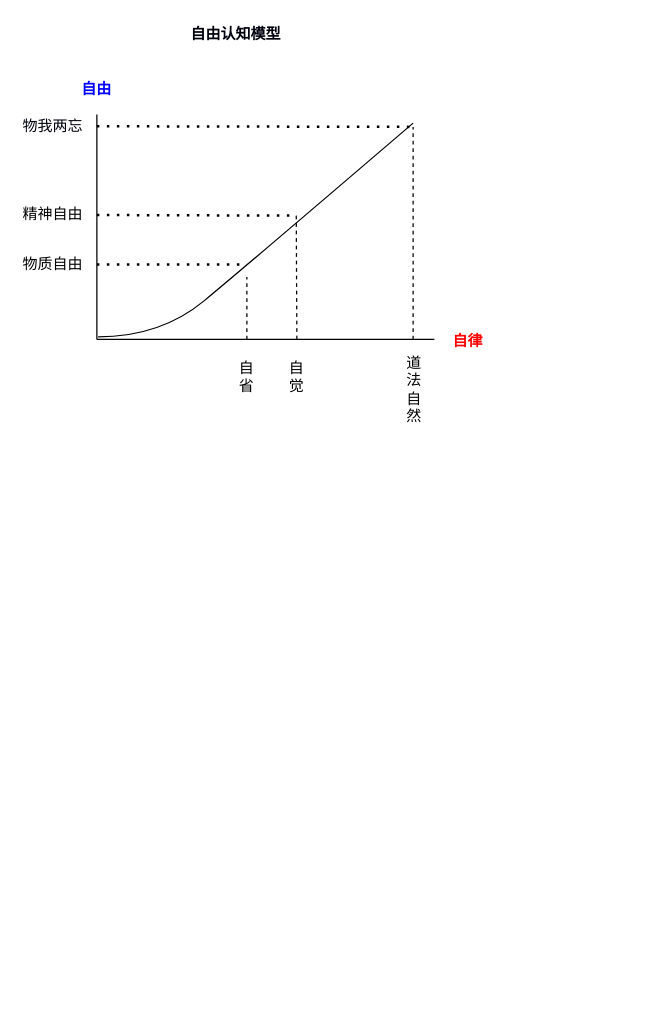
This is page "自由和自律" (8 of 8) of 模型.drawio from mashifei/uml, a draw.io file, before an edit. Source tidied: cells renumbered, new cells numbered last; positions are measured from the earlier drawing's top-left corner, leaving out a move shared by most shapes. Both pictures are drawn from the tidied source at 125%, with x=0, y=0 at pixel (21, 21).
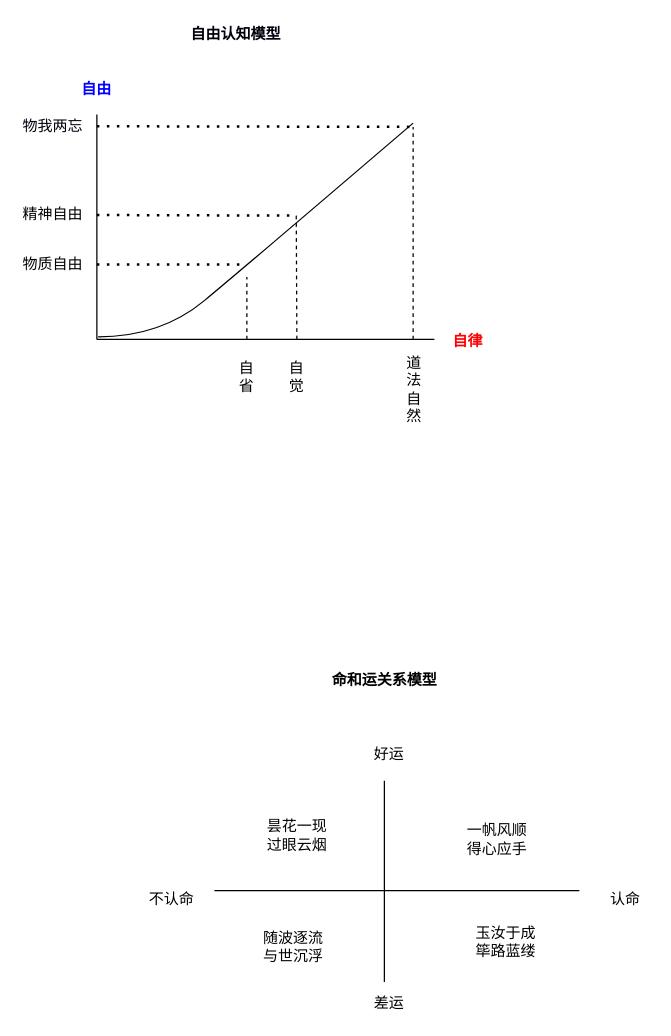
The same page after the edit.

The edit, as a diff of the source:
```diff
@@
+    <mxCell id="20" style="endArrow=none;html=1;" parent="1" edge="1">
+      <mxGeometry relative="1" as="geometry">
+        <mxPoint x="154" y="695" as="sourcePoint" />
+        <mxPoint x="446" y="695" as="targetPoint" />
+      </mxGeometry>
+    </mxCell>
+    <mxCell id="21" style="endArrow=none;html=1;" parent="1" edge="1">
+      <mxGeometry relative="1" as="geometry">
+        <mxPoint x="290" y="607" as="sourcePoint" />
+        <mxPoint x="290" y="768" as="targetPoint" />
+      </mxGeometry>
+    </mxCell>
+    <mxCell id="22" value="认命" style="text;html=1;strokeColor=none;fillColor=none;align=center;verticalAlign=middle;whiteSpace=wrap;rounded=0;" parent="1" vertex="1">
+      <mxGeometry x="463" y="692" width="40" height="20" as="geometry" />
+    </mxCell>
+    <mxCell id="23" value="好运" style="text;html=1;strokeColor=none;fillColor=none;align=center;verticalAlign=middle;whiteSpace=wrap;rounded=0;" parent="1" vertex="1">
+      <mxGeometry x="274" y="576" width="40" height="20" as="geometry" />
+    </mxCell>
+    <mxCell id="24" value="不认命" style="text;html=1;strokeColor=none;fillColor=none;align=center;verticalAlign=middle;whiteSpace=wrap;rounded=0;" parent="1" vertex="1">
+      <mxGeometry x="100" y="692" width="40" height="20" as="geometry" />
+    </mxCell>
+    <mxCell id="25" value="差运" style="text;html=1;strokeColor=none;fillColor=none;align=center;verticalAlign=middle;whiteSpace=wrap;rounded=0;" parent="1" vertex="1">
+      <mxGeometry x="274" y="775" width="40" height="20" as="geometry" />
+    </mxCell>
+    <mxCell id="26" value="玉汝于成&lt;br&gt;筚路蓝缕" style="text;html=1;strokeColor=none;fillColor=none;align=center;verticalAlign=middle;whiteSpace=wrap;rounded=0;" parent="1" vertex="1">
+      <mxGeometry x="357" y="726" width="61" height="20" as="geometry" />
+    </mxCell>
+    <mxCell id="27" value="一帆风顺&lt;br&gt;得心应手" style="text;html=1;strokeColor=none;fillColor=none;align=center;verticalAlign=middle;whiteSpace=wrap;rounded=0;" parent="1" vertex="1">
+      <mxGeometry x="350" y="644" width="61" height="20" as="geometry" />
+    </mxCell>
+    <mxCell id="28" value="昙花一现&lt;br&gt;过眼云烟" style="text;html=1;strokeColor=none;fillColor=none;align=center;verticalAlign=middle;whiteSpace=wrap;rounded=0;" parent="1" vertex="1">
+      <mxGeometry x="189.5" y="641" width="61" height="20" as="geometry" />
+    </mxCell>
+    <mxCell id="29" value="随波逐流&lt;br&gt;与世沉浮" style="text;html=1;strokeColor=none;fillColor=none;align=center;verticalAlign=middle;whiteSpace=wrap;rounded=0;" parent="1" vertex="1">
+      <mxGeometry x="187" y="730" width="61" height="20" as="geometry" />
+    </mxCell>
+    <mxCell id="30" style="edgeStyle=orthogonalEdgeStyle;rounded=0;orthogonalLoop=1;jettySize=auto;html=1;exitX=0.5;exitY=1;exitDx=0;exitDy=0;" parent="1" edge="1" source="27" target="27">
+      <mxGeometry relative="1" as="geometry" />
+    </mxCell>
+    <mxCell id="31" value="命和运关系模型" style="text;html=1;strokeColor=none;fillColor=none;align=center;verticalAlign=middle;whiteSpace=wrap;rounded=0;fontStyle=1;" parent="1" vertex="1">
+      <mxGeometry x="244" y="517" width="93" height="20" as="geometry" />
+    </mxCell>
```
